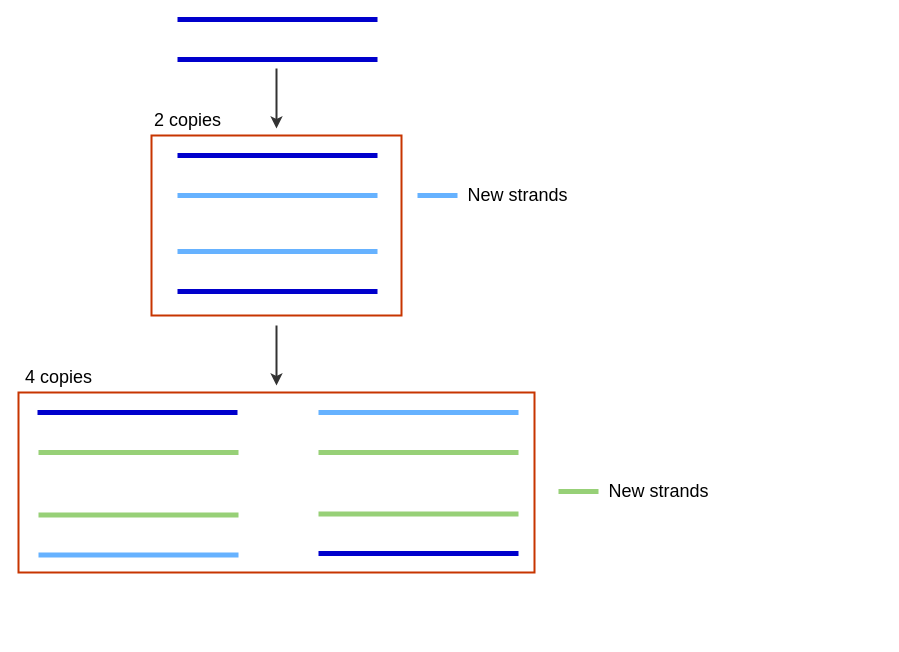
Before: PCR.drawio in 16281022/os-lab1, a draw.io diagram. Source tidied: cells renumbered, new cells numbered last; positions are measured from the earlier drawing's top-left corner, leaving out a move shared by most shapes. Both pictures are drawn from the tidied source at 100%, with x=0, y=0 at pixel (18, 19).
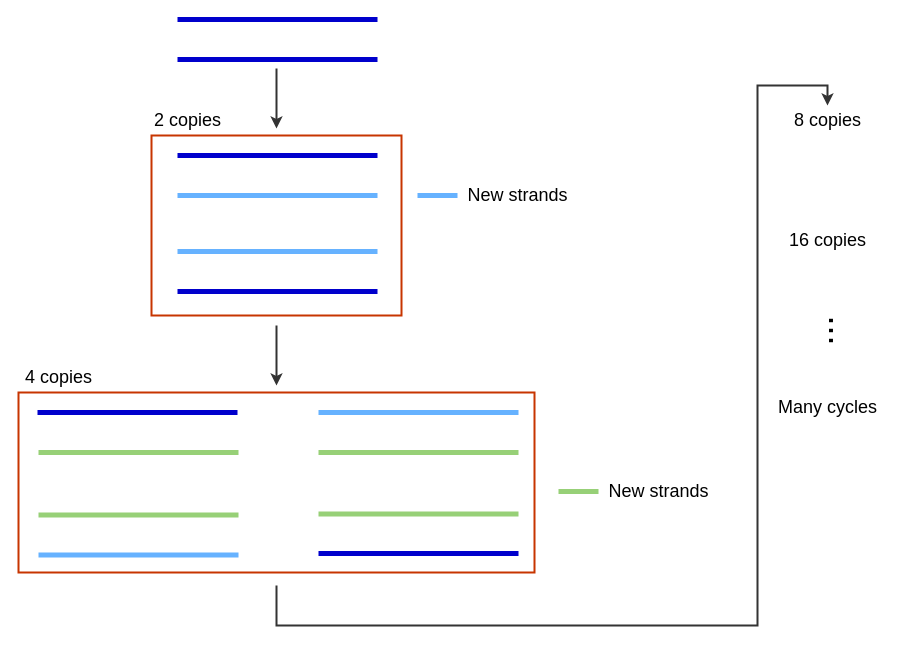
The same diagram, later.

Diff of the diagram source:
```diff
@@
+    <mxCell id="26" style="edgeStyle=orthogonalEdgeStyle;rounded=0;jettySize=auto;html=1;fontSize=36;strokeColor=#333333;strokeWidth=2;" parent="1" edge="1" target="27">
+      <mxGeometry relative="1" as="geometry">
+        <mxPoint x="258" y="566" as="sourcePoint" />
+        <Array as="points">
+          <mxPoint x="258" y="606" />
+          <mxPoint x="739" y="606" />
+          <mxPoint x="739" y="66" />
+          <mxPoint x="809" y="66" />
+        </Array>
+      </mxGeometry>
+    </mxCell>
@@
+    <mxCell id="27" value="&lt;font style=&quot;font-size: 18px;&quot;&gt;8 copies&lt;/font&gt;" style="text;html=1;align=center;verticalAlign=middle;points=[];strokeColor=none;fillColor=none;fontSize=18;" parent="1" vertex="1">
+      <mxGeometry x="769" y="86" width="80" height="30" as="geometry" />
+    </mxCell>
+    <mxCell id="28" value="&lt;font style=&quot;font-size: 18px;&quot;&gt;16 copies&lt;/font&gt;" style="text;html=1;align=center;verticalAlign=middle;strokeColor=none;fillColor=none;fontSize=18;" parent="1" vertex="1">
+      <mxGeometry x="764" y="206" width="90" height="30" as="geometry" />
+    </mxCell>
+    <mxCell id="29" value="&lt;font style=&quot;font-size: 36px;&quot;&gt;...&lt;/font&gt;" style="text;html=1;align=center;verticalAlign=middle;strokeColor=none;fillColor=none;fontSize=18;rotation=90;" parent="1" vertex="1">
+      <mxGeometry x="799" y="296" width="50" height="30" as="geometry" />
+    </mxCell>
+    <mxCell id="30" value="&lt;font style=&quot;font-size: 18px;&quot;&gt;Many cycles&lt;/font&gt;" style="text;html=1;align=center;verticalAlign=middle;strokeColor=none;fillColor=none;fontSize=18;" parent="1" vertex="1">
+      <mxGeometry x="754" y="373" width="110" height="30" as="geometry" />
+    </mxCell>
```
